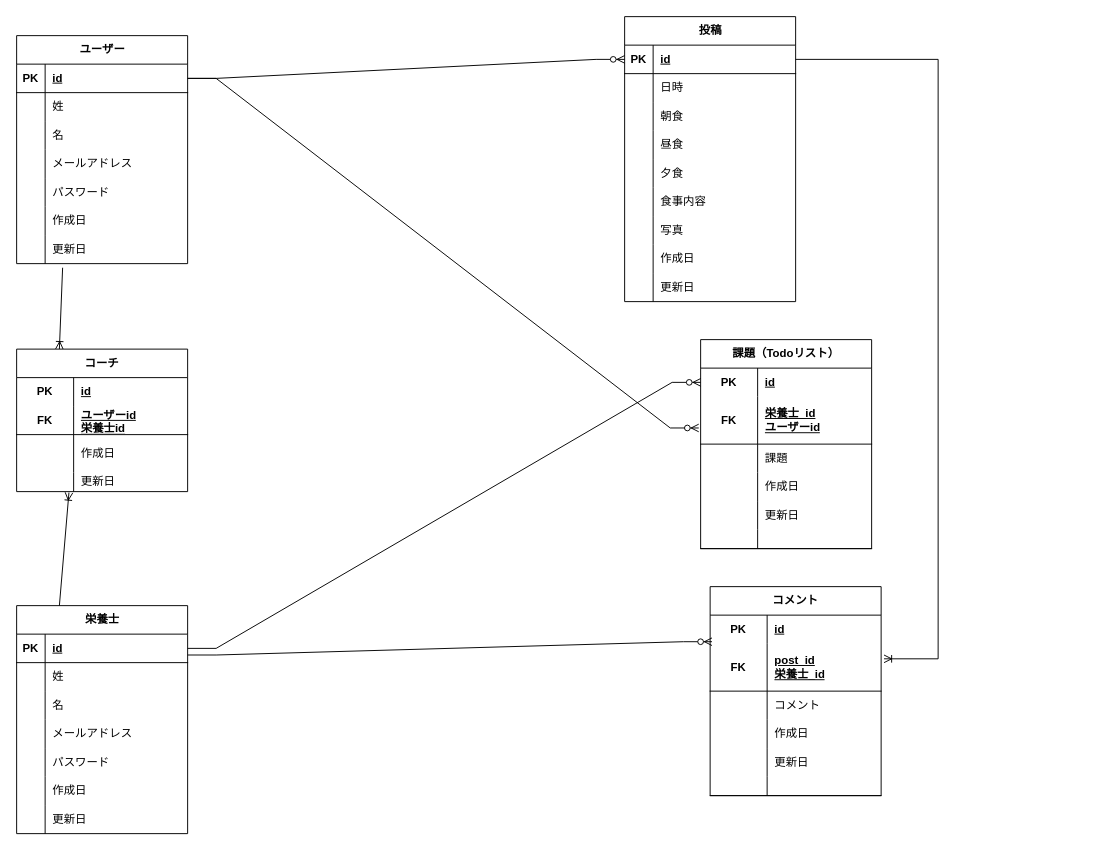
Earlier version of the draw.io diagram page "Page-1" (1 of 6) of 名称未設定ファイル.drawio (vermouthA28/-Meal_guidance_todo). Source tidied: cells renumbered, new cells numbered last; positions are measured from the earlier drawing's top-left corner, leaving out a move shared by most shapes. Both pictures are drawn from the tidied source at 95%, with x=0, y=0 at pixel (16, 16).
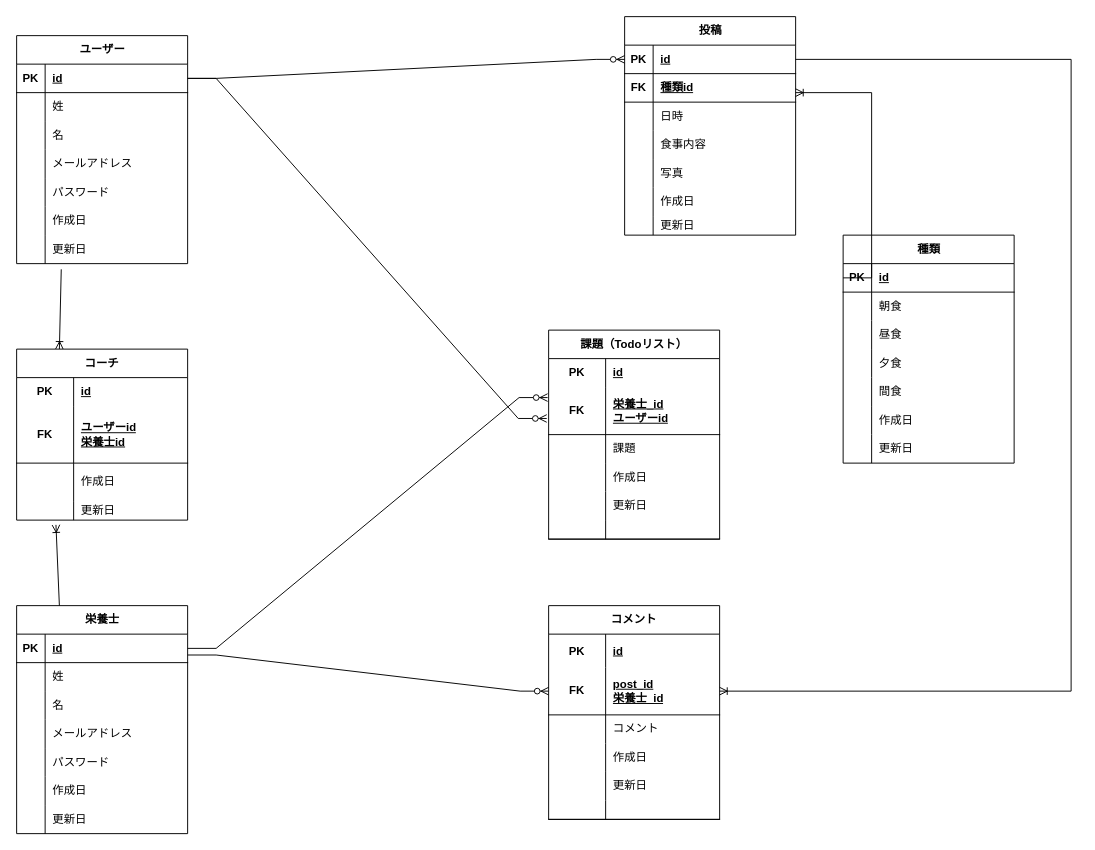
Above is the later version.

Commit message (it also covers changes not shown here):
名称未設定ファイル.drawio を更新します

The change refers to these unchanged cells:
```xml
<mxCell id="22" style="shape=tableRow;horizontal=0;startSize=0;swimlaneHead=0;swimlaneBody=0;fillColor=none;points=[[0,0.5],[1,0.5]];portConstraint=eastwest;top=0;left=0;right=0;bottom=0;" parent="3" vertex="1">
  <mxGeometry y="210" width="180" height="30" as="geometry" />
</mxCell>
<mxCell id="26" style="shape=tableRow;horizontal=0;startSize=0;swimlaneHead=0;swimlaneBody=0;fillColor=none;points=[[0,0.5],[1,0.5]];portConstraint=eastwest;top=0;left=0;right=0;bottom=1;" parent="25" vertex="1">
  <mxGeometry y="30" width="180" height="30" as="geometry" />
</mxCell>
<mxCell id="53" value="栄養士" style="shape=table;startSize=30;childLayout=tableLayout;rowLines=0;fontStyle=1;align=center;html=1;" parent="1" vertex="1">
  <mxGeometry y="620" width="180" height="240" as="geometry" />
</mxCell>
<mxCell id="54" style="shape=tableRow;horizontal=0;startSize=0;swimlaneHead=0;swimlaneBody=0;fillColor=none;points=[[0,0.5],[1,0.5]];portConstraint=eastwest;top=0;left=0;right=0;bottom=1;" parent="53" vertex="1">
  <mxGeometry y="30" width="180" height="30" as="geometry" />
</mxCell>
<mxCell id="82" style="shape=tableRow;horizontal=0;startSize=0;swimlaneHead=0;swimlaneBody=0;fillColor=none;points=[[0,0.5],[1,0.5]];portConstraint=eastwest;top=0;left=0;right=0;bottom=1;html=1;fontFamily=Helvetica;fontSize=12;fontColor=default;" parent="78" vertex="1">
  <mxGeometry y="60" width="180" height="50" as="geometry" />
</mxCell>
```

Diff of the diagram source:
```diff
@@
     <mxCell id="25" value="投稿" style="shape=table;startSize=30;childLayout=tableLayout;rowLines=0;fontStyle=1;align=center;html=1;" parent="1" vertex="1">
-      <mxGeometry x="640" width="180" height="300" as="geometry" />
+      <mxGeometry x="640" width="180" height="230" as="geometry" />
     </mxCell>
@@
+    <mxCell id="132" style="shape=tableRow;horizontal=0;startSize=0;swimlaneHead=0;swimlaneBody=0;fillColor=none;top=0;left=0;right=0;bottom=1;" parent="25" vertex="1">
+      <mxGeometry y="60" width="180" height="30" as="geometry" />
+    </mxCell>
+    <mxCell id="133" value="FK" style="shape=partialRectangle;fillColor=none;top=0;left=0;bottom=0;right=0;fontStyle=1;overflow=hidden;whiteSpace=wrap;html=1;" parent="132" vertex="1">
+      <mxGeometry width="30" height="30" as="geometry" />
+    </mxCell>
+    <mxCell id="134" value="種類id" style="shape=partialRectangle;fillColor=none;top=0;left=0;bottom=0;right=0;align=left;spacingLeft=6;fontStyle=5;overflow=hidden;whiteSpace=wrap;html=1;" parent="132" vertex="1">
+      <mxGeometry x="30" width="150" height="30" as="geometry" />
+    </mxCell>
     <mxCell id="29" style="shape=tableRow;horizontal=0;startSize=0;swimlaneHead=0;swimlaneBody=0;fillColor=none;top=0;left=0;right=0;bottom=0;" parent="25" vertex="1">
-      <mxGeometry y="60" width="180" height="30" as="geometry" />
+      <mxGeometry y="90" width="180" height="30" as="geometry" />
     </mxCell>
@@
-    <mxCell id="32" style="shape=tableRow;horizontal=0;startSize=0;swimlaneHead=0;swimlaneBody=0;fillColor=none;top=0;left=0;right=0;bottom=0;" parent="25" vertex="1">
-      <mxGeometry y="90" width="180" height="30" as="geometry" />
-    </mxCell>
-    <mxCell id="33" style="shape=partialRectangle;fillColor=none;top=0;left=0;bottom=0;right=0;overflow=hidden;whiteSpace=wrap;html=1;" parent="32" vertex="1">
-      <mxGeometry width="30" height="30" as="geometry" />
-    </mxCell>
-    <mxCell id="34" value="朝食" style="shape=partialRectangle;fillColor=none;top=0;left=0;bottom=0;right=0;align=left;spacingLeft=6;overflow=hidden;whiteSpace=wrap;html=1;" parent="32" vertex="1">
-      <mxGeometry x="30" width="150" height="30" as="geometry" />
-    </mxCell>
-    <mxCell id="35" style="shape=tableRow;horizontal=0;startSize=0;swimlaneHead=0;swimlaneBody=0;fillColor=none;top=0;left=0;right=0;bottom=0;" parent="25" vertex="1">
-      <mxGeometry y="120" width="180" height="30" as="geometry" />
-    </mxCell>
-    <mxCell id="36" style="shape=partialRectangle;fillColor=none;top=0;left=0;bottom=0;right=0;overflow=hidden;whiteSpace=wrap;html=1;" parent="35" vertex="1">
-      <mxGeometry width="30" height="30" as="geometry" />
-    </mxCell>
-    <mxCell id="37" value="昼食" style="shape=partialRectangle;fillColor=none;top=0;left=0;bottom=0;right=0;align=left;spacingLeft=6;overflow=hidden;whiteSpace=wrap;html=1;" parent="35" vertex="1">
-      <mxGeometry x="30" width="150" height="30" as="geometry" />
-    </mxCell>
-    <mxCell id="38" style="shape=tableRow;horizontal=0;startSize=0;swimlaneHead=0;swimlaneBody=0;fillColor=none;top=0;left=0;right=0;bottom=0;" parent="25" vertex="1">
-      <mxGeometry y="150" width="180" height="30" as="geometry" />
-    </mxCell>
-    <mxCell id="39" style="shape=partialRectangle;fillColor=none;top=0;left=0;bottom=0;right=0;overflow=hidden;whiteSpace=wrap;html=1;" parent="38" vertex="1">
-      <mxGeometry width="30" height="30" as="geometry" />
-    </mxCell>
-    <mxCell id="40" value="夕食" style="shape=partialRectangle;fillColor=none;top=0;left=0;bottom=0;right=0;align=left;spacingLeft=6;overflow=hidden;whiteSpace=wrap;html=1;" parent="38" vertex="1">
-      <mxGeometry x="30" width="150" height="30" as="geometry" />
-    </mxCell>
     <mxCell id="41" style="shape=tableRow;horizontal=0;startSize=0;swimlaneHead=0;swimlaneBody=0;fillColor=none;top=0;left=0;right=0;bottom=0;" parent="25" vertex="1">
-      <mxGeometry y="180" width="180" height="30" as="geometry" />
+      <mxGeometry y="120" width="180" height="30" as="geometry" />
     </mxCell>
@@
     <mxCell id="44" style="shape=tableRow;horizontal=0;startSize=0;swimlaneHead=0;swimlaneBody=0;fillColor=none;top=0;left=0;right=0;bottom=0;" parent="25" vertex="1">
-      <mxGeometry y="210" width="180" height="30" as="geometry" />
+      <mxGeometry y="150" width="180" height="30" as="geometry" />
     </mxCell>
@@
     <mxCell id="47" style="shape=tableRow;horizontal=0;startSize=0;swimlaneHead=0;swimlaneBody=0;fillColor=none;top=0;left=0;right=0;bottom=0;" parent="25" vertex="1">
-      <mxGeometry y="240" width="180" height="30" as="geometry" />
+      <mxGeometry y="180" width="180" height="30" as="geometry" />
     </mxCell>
@@
     <mxCell id="50" style="shape=tableRow;horizontal=0;startSize=0;swimlaneHead=0;swimlaneBody=0;fillColor=none;top=0;left=0;right=0;bottom=0;" parent="25" vertex="1">
-      <mxGeometry y="270" width="180" height="30" as="geometry" />
+      <mxGeometry y="210" width="180" height="20" as="geometry" />
     </mxCell>
     <mxCell id="51" style="shape=partialRectangle;fillColor=none;top=0;left=0;bottom=0;right=0;overflow=hidden;whiteSpace=wrap;html=1;" parent="50" vertex="1">
-      <mxGeometry width="30" height="30" as="geometry" />
+      <mxGeometry width="30" height="20" as="geometry" />
     </mxCell>
     <mxCell id="52" value="更新日" style="shape=partialRectangle;fillColor=none;top=0;left=0;bottom=0;right=0;align=left;spacingLeft=6;overflow=hidden;whiteSpace=wrap;html=1;" parent="50" vertex="1">
-      <mxGeometry x="30" width="150" height="30" as="geometry" />
+      <mxGeometry x="30" width="150" height="20" as="geometry" />
     </mxCell>
@@
-    <mxCell id="75" style="fontSize=12;html=1;endArrow=ERoneToMany;rounded=0;labelBackgroundColor=default;strokeColor=default;align=center;verticalAlign=middle;fontFamily=Helvetica;fontColor=default;shape=connector;exitX=0.25;exitY=0;exitDx=0;exitDy=0;entryX=0.306;entryY=1.05;entryDx=0;entryDy=0;entryPerimeter=0;" parent="1" edge="1" source="53" target="129">
+    <mxCell id="75" style="fontSize=12;html=1;endArrow=ERoneToMany;rounded=0;labelBackgroundColor=default;strokeColor=default;align=center;verticalAlign=middle;fontFamily=Helvetica;fontColor=default;shape=connector;exitX=0.25;exitY=0;exitDx=0;exitDy=0;entryX=0.23;entryY=1.25;entryDx=0;entryDy=0;entryPerimeter=0;" parent="1" edge="1" source="53" target="129">
       <mxGeometry relative="1" as="geometry" />
     </mxCell>
-    <mxCell id="76" style="edgeStyle=entityRelationEdgeStyle;fontSize=12;html=1;endArrow=ERzeroToMany;endFill=1;rounded=0;exitX=1;exitY=0.5;exitDx=0;exitDy=0;entryX=0;entryY=0.5;entryDx=0;entryDy=0;" parent="1" edge="1" source="54">
+    <mxCell id="76" style="edgeStyle=entityRelationEdgeStyle;fontSize=12;html=1;endArrow=ERzeroToMany;endFill=1;rounded=0;exitX=1;exitY=0.5;exitDx=0;exitDy=0;entryX=-0.006;entryY=0.22;entryDx=0;entryDy=0;entryPerimeter=0;" parent="1" edge="1" source="54" target="82">
       <mxGeometry relative="1" as="geometry">
-        <mxPoint x="720" y="385" as="targetPoint" />
         <Array as="points">
           <mxPoint x="522.9" y="375" />
           <mxPoint x="710" y="370" />
+          <mxPoint x="700" y="410" />
         </Array>
       </mxGeometry>
     </mxCell>
-    <mxCell id="77" style="edgeStyle=entityRelationEdgeStyle;fontSize=12;html=1;endArrow=ERzeroToMany;endFill=1;rounded=0;entryX=0.011;entryY=0.933;entryDx=0;entryDy=0;entryPerimeter=0;exitX=1;exitY=0.733;exitDx=0;exitDy=0;exitPerimeter=0;" parent="1" edge="1" source="54" target="98">
+    <mxCell id="77" style="edgeStyle=entityRelationEdgeStyle;fontSize=12;html=1;endArrow=ERzeroToMany;endFill=1;rounded=0;entryX=0;entryY=0.5;entryDx=0;entryDy=0;exitX=1;exitY=0.733;exitDx=0;exitDy=0;exitPerimeter=0;" parent="1" edge="1" source="54" target="101">
       <mxGeometry relative="1" as="geometry">
         <Array as="points">
           <mxPoint x="534.6" y="772.7" />
           <mxPoint x="720" y="700" />
           <mxPoint x="720" y="690" />
         </Array>
       </mxGeometry>
     </mxCell>
     <mxCell id="78" value="課題（Todoリスト）" style="shape=table;startSize=30;childLayout=tableLayout;rowLines=0;fontStyle=1;align=center;html=1;whiteSpace=wrap;fontFamily=Helvetica;fontSize=12;fontColor=default;" parent="1" vertex="1">
-      <mxGeometry x="720" y="340" width="180" height="220" as="geometry" />
+      <mxGeometry x="560" y="330" width="180" height="220" as="geometry" />
     </mxCell>
@@
     <mxCell id="97" value="コメント" style="shape=table;startSize=30;childLayout=tableLayout;rowLines=0;fontStyle=1;align=center;html=1;whiteSpace=wrap;fontFamily=Helvetica;fontSize=12;fontColor=default;" parent="1" vertex="1">
-      <mxGeometry x="730" y="600" width="180" height="220" as="geometry" />
+      <mxGeometry x="560" y="620" width="180" height="225" as="geometry" />
     </mxCell>
     <mxCell id="98" style="shape=tableRow;horizontal=0;startSize=0;swimlaneHead=0;swimlaneBody=0;fillColor=none;points=[[0,0.5],[1,0.5]];portConstraint=eastwest;top=0;left=0;right=0;bottom=0;html=1;fontFamily=Helvetica;fontSize=12;fontColor=default;" parent="97" vertex="1">
-      <mxGeometry y="30" width="180" height="30" as="geometry" />
+      <mxGeometry y="30" width="180" height="35" as="geometry" />
     </mxCell>
     <mxCell id="99" value="PK" style="shape=partialRectangle;fillColor=none;top=0;left=0;bottom=0;right=0;fontStyle=1;overflow=hidden;html=1;whiteSpace=wrap;fontFamily=Helvetica;fontSize=12;fontColor=default;" parent="98" vertex="1">
-      <mxGeometry width="60" height="30" as="geometry" />
+      <mxGeometry width="60" height="35" as="geometry" />
     </mxCell>
     <mxCell id="100" value="id" style="shape=partialRectangle;fillColor=none;top=0;left=0;bottom=0;right=0;align=left;spacingLeft=6;fontStyle=5;overflow=hidden;html=1;whiteSpace=wrap;fontFamily=Helvetica;fontSize=12;fontColor=default;" parent="98" vertex="1">
-      <mxGeometry x="60" width="120" height="30" as="geometry" />
+      <mxGeometry x="60" width="120" height="35" as="geometry" />
     </mxCell>
     <mxCell id="101" style="shape=tableRow;horizontal=0;startSize=0;swimlaneHead=0;swimlaneBody=0;fillColor=none;points=[[0,0.5],[1,0.5]];portConstraint=eastwest;top=0;left=0;right=0;bottom=1;html=1;fontFamily=Helvetica;fontSize=12;fontColor=default;" parent="97" vertex="1">
-      <mxGeometry y="60" width="180" height="50" as="geometry" />
+      <mxGeometry y="65" width="180" height="50" as="geometry" />
     </mxCell>
@@
     <mxCell id="104" style="shape=tableRow;horizontal=0;startSize=0;swimlaneHead=0;swimlaneBody=0;fillColor=none;top=0;left=0;right=0;bottom=0;html=1;fontFamily=Helvetica;fontSize=12;fontColor=default;" parent="97" vertex="1">
-      <mxGeometry y="110" width="180" height="30" as="geometry" />
+      <mxGeometry y="115" width="180" height="30" as="geometry" />
     </mxCell>
@@
     <mxCell id="107" style="shape=tableRow;horizontal=0;startSize=0;swimlaneHead=0;swimlaneBody=0;fillColor=none;top=0;left=0;right=0;bottom=0;html=1;fontFamily=Helvetica;fontSize=12;fontColor=default;" parent="97" vertex="1">
-      <mxGeometry y="140" width="180" height="30" as="geometry" />
+      <mxGeometry y="145" width="180" height="30" as="geometry" />
     </mxCell>
@@
     <mxCell id="110" style="shape=tableRow;horizontal=0;startSize=0;swimlaneHead=0;swimlaneBody=0;fillColor=none;top=0;left=0;right=0;bottom=0;html=1;fontFamily=Helvetica;fontSize=12;fontColor=default;" parent="97" vertex="1">
-      <mxGeometry y="170" width="180" height="30" as="geometry" />
+      <mxGeometry y="175" width="180" height="30" as="geometry" />
     </mxCell>
@@
     <mxCell id="113" style="shape=tableRow;horizontal=0;startSize=0;swimlaneHead=0;swimlaneBody=0;fillColor=none;top=0;left=0;right=0;bottom=1;html=1;fontFamily=Helvetica;fontSize=12;fontColor=default;" parent="97" vertex="1">
-      <mxGeometry y="200" width="180" height="20" as="geometry" />
+      <mxGeometry y="205" width="180" height="20" as="geometry" />
     </mxCell>
@@
-    <mxCell id="116" style="edgeStyle=elbowEdgeStyle;fontSize=12;html=1;endArrow=ERoneToMany;rounded=0;labelBackgroundColor=default;strokeColor=default;align=center;verticalAlign=middle;fontFamily=Helvetica;fontColor=default;shape=connector;entryX=1.017;entryY=0.32;entryDx=0;entryDy=0;exitX=1;exitY=0.5;exitDx=0;exitDy=0;entryPerimeter=0;" parent="1" edge="1" source="26" target="101">
+    <mxCell id="116" style="edgeStyle=elbowEdgeStyle;fontSize=12;html=1;endArrow=ERoneToMany;rounded=0;labelBackgroundColor=default;strokeColor=default;align=center;verticalAlign=middle;fontFamily=Helvetica;fontColor=default;shape=connector;exitX=1;exitY=0.5;exitDx=0;exitDy=0;entryX=1;entryY=0.5;entryDx=0;entryDy=0;" parent="1" edge="1" source="26" target="101">
       <mxGeometry relative="1" as="geometry">
         <Array as="points">
+          <mxPoint x="1110" y="370" />
           <mxPoint x="970" y="350" />
           <mxPoint x="940" y="670" />
         </Array>
       </mxGeometry>
     </mxCell>
@@
-    <mxCell id="118" style="fontSize=12;html=1;endArrow=ERoneToMany;rounded=0;labelBackgroundColor=default;strokeColor=default;align=center;verticalAlign=middle;fontFamily=Helvetica;fontColor=default;shape=connector;exitX=0.269;exitY=1.144;exitDx=0;exitDy=0;exitPerimeter=0;entryX=0.25;entryY=0;entryDx=0;entryDy=0;" parent="1" edge="1" source="22" target="119">
+    <mxCell id="118" style="fontSize=12;html=1;endArrow=ERoneToMany;rounded=0;labelBackgroundColor=default;strokeColor=default;align=center;verticalAlign=middle;fontFamily=Helvetica;fontColor=default;shape=connector;exitX=0.261;exitY=1.2;exitDx=0;exitDy=0;exitPerimeter=0;entryX=0.25;entryY=0;entryDx=0;entryDy=0;" parent="1" edge="1" source="22" target="119">
       <mxGeometry relative="1" as="geometry" />
     </mxCell>
     <mxCell id="119" value="コーチ" style="shape=table;startSize=30;childLayout=tableLayout;rowLines=0;fontStyle=1;align=center;html=1;whiteSpace=wrap;fontFamily=Helvetica;fontSize=12;fontColor=default;" parent="1" vertex="1">
-      <mxGeometry y="350" width="180" height="150" as="geometry" />
+      <mxGeometry y="350" width="180" height="180" as="geometry" />
     </mxCell>
@@
     <mxCell id="123" style="shape=tableRow;horizontal=0;startSize=0;swimlaneHead=0;swimlaneBody=0;fillColor=none;top=0;left=0;right=0;bottom=1;html=1;fontFamily=Helvetica;fontSize=12;fontColor=default;" parent="119" vertex="1">
-      <mxGeometry y="60" width="180" height="30" as="geometry" />
+      <mxGeometry y="60" width="180" height="60" as="geometry" />
     </mxCell>
     <mxCell id="124" value="FK" style="shape=partialRectangle;fillColor=none;top=0;left=0;bottom=0;right=0;fontStyle=1;overflow=hidden;html=1;whiteSpace=wrap;fontFamily=Helvetica;fontSize=12;fontColor=default;" parent="123" vertex="1">
-      <mxGeometry width="60" height="30" as="geometry" />
+      <mxGeometry width="60" height="60" as="geometry" />
     </mxCell>
     <mxCell id="125" value="ユーザーid&lt;br&gt;栄養士id" style="shape=partialRectangle;fillColor=none;top=0;left=0;bottom=0;right=0;align=left;spacingLeft=6;fontStyle=5;overflow=hidden;html=1;whiteSpace=wrap;fontFamily=Helvetica;fontSize=12;fontColor=default;" parent="123" vertex="1">
-      <mxGeometry x="60" width="120" height="30" as="geometry" />
+      <mxGeometry x="60" width="120" height="60" as="geometry" />
     </mxCell>
     <mxCell id="126" style="shape=tableRow;horizontal=0;startSize=0;swimlaneHead=0;swimlaneBody=0;fillColor=none;top=0;left=0;right=0;bottom=0;html=1;fontFamily=Helvetica;fontSize=12;fontColor=default;" parent="119" vertex="1">
-      <mxGeometry y="90" width="180" height="40" as="geometry" />
+      <mxGeometry y="120" width="180" height="40" as="geometry" />
     </mxCell>
@@
     <mxCell id="129" style="shape=tableRow;horizontal=0;startSize=0;swimlaneHead=0;swimlaneBody=0;fillColor=none;points=[[0,0.5],[1,0.5]];portConstraint=eastwest;top=0;left=0;right=0;bottom=0;html=1;fontFamily=Helvetica;fontSize=12;fontColor=default;" parent="119" vertex="1">
-      <mxGeometry y="130" width="180" height="20" as="geometry" />
+      <mxGeometry y="160" width="180" height="20" as="geometry" />
     </mxCell>
@@
+    <mxCell id="135" value="種類" style="shape=table;startSize=30;childLayout=tableLayout;rowLines=0;fontStyle=1;align=center;html=1;" parent="1" vertex="1">
+      <mxGeometry x="870" y="230" width="180" height="240" as="geometry" />
+    </mxCell>
+    <mxCell id="136" style="shape=tableRow;horizontal=0;startSize=0;swimlaneHead=0;swimlaneBody=0;fillColor=none;points=[[0,0.5],[1,0.5]];portConstraint=eastwest;top=0;left=0;right=0;bottom=1;" parent="135" vertex="1">
+      <mxGeometry y="30" width="180" height="30" as="geometry" />
+    </mxCell>
+    <mxCell id="137" value="PK" style="shape=partialRectangle;fillColor=none;top=0;left=0;bottom=0;right=0;fontStyle=1;overflow=hidden;whiteSpace=wrap;html=1;" parent="136" vertex="1">
+      <mxGeometry width="30" height="30" as="geometry" />
+    </mxCell>
+    <mxCell id="138" value="id" style="shape=partialRectangle;fillColor=none;top=0;left=0;bottom=0;right=0;align=left;spacingLeft=6;fontStyle=5;overflow=hidden;whiteSpace=wrap;html=1;" parent="136" vertex="1">
+      <mxGeometry x="30" width="150" height="30" as="geometry" />
+    </mxCell>
+    <mxCell id="139" style="shape=tableRow;horizontal=0;startSize=0;swimlaneHead=0;swimlaneBody=0;fillColor=none;top=0;left=0;right=0;bottom=0;" parent="135" vertex="1">
+      <mxGeometry y="60" width="180" height="30" as="geometry" />
+    </mxCell>
+    <mxCell id="140" style="shape=partialRectangle;fillColor=none;top=0;left=0;bottom=0;right=0;overflow=hidden;whiteSpace=wrap;html=1;" parent="139" vertex="1">
+      <mxGeometry width="30" height="30" as="geometry" />
+    </mxCell>
+    <mxCell id="34" value="朝食" style="shape=partialRectangle;fillColor=none;top=0;left=0;bottom=0;right=0;align=left;spacingLeft=6;overflow=hidden;whiteSpace=wrap;html=1;" parent="139" vertex="1">
+      <mxGeometry x="30" width="150" height="30" as="geometry" />
+    </mxCell>
+    <mxCell id="32" style="shape=tableRow;horizontal=0;startSize=0;swimlaneHead=0;swimlaneBody=0;fillColor=none;top=0;left=0;right=0;bottom=0;" parent="135" vertex="1">
+      <mxGeometry y="90" width="180" height="30" as="geometry" />
+    </mxCell>
+    <mxCell id="141" style="shape=partialRectangle;fillColor=none;top=0;left=0;bottom=0;right=0;overflow=hidden;whiteSpace=wrap;html=1;" parent="32" vertex="1">
+      <mxGeometry width="30" height="30" as="geometry" />
+    </mxCell>
+    <mxCell id="37" value="昼食" style="shape=partialRectangle;fillColor=none;top=0;left=0;bottom=0;right=0;align=left;spacingLeft=6;overflow=hidden;whiteSpace=wrap;html=1;" parent="32" vertex="1">
+      <mxGeometry x="30" width="150" height="30" as="geometry" />
+    </mxCell>
+    <mxCell id="35" style="shape=tableRow;horizontal=0;startSize=0;swimlaneHead=0;swimlaneBody=0;fillColor=none;top=0;left=0;right=0;bottom=0;" parent="135" vertex="1">
+      <mxGeometry y="120" width="180" height="30" as="geometry" />
+    </mxCell>
+    <mxCell id="142" style="shape=partialRectangle;fillColor=none;top=0;left=0;bottom=0;right=0;overflow=hidden;whiteSpace=wrap;html=1;" parent="35" vertex="1">
+      <mxGeometry width="30" height="30" as="geometry" />
+    </mxCell>
+    <mxCell id="40" value="夕食" style="shape=partialRectangle;fillColor=none;top=0;left=0;bottom=0;right=0;align=left;spacingLeft=6;overflow=hidden;whiteSpace=wrap;html=1;" parent="35" vertex="1">
+      <mxGeometry x="30" width="150" height="30" as="geometry" />
+    </mxCell>
+    <mxCell id="38" style="shape=tableRow;horizontal=0;startSize=0;swimlaneHead=0;swimlaneBody=0;fillColor=none;top=0;left=0;right=0;bottom=0;" parent="135" vertex="1">
+      <mxGeometry y="150" width="180" height="30" as="geometry" />
+    </mxCell>
+    <mxCell id="143" style="shape=partialRectangle;fillColor=none;top=0;left=0;bottom=0;right=0;overflow=hidden;whiteSpace=wrap;html=1;" parent="38" vertex="1">
+      <mxGeometry width="30" height="30" as="geometry" />
+    </mxCell>
+    <mxCell id="144" value="間食" style="shape=partialRectangle;fillColor=none;top=0;left=0;bottom=0;right=0;align=left;spacingLeft=6;overflow=hidden;whiteSpace=wrap;html=1;" parent="38" vertex="1">
+      <mxGeometry x="30" width="150" height="30" as="geometry" />
+    </mxCell>
+    <mxCell id="145" style="shape=tableRow;horizontal=0;startSize=0;swimlaneHead=0;swimlaneBody=0;fillColor=none;top=0;left=0;right=0;bottom=0;" parent="135" vertex="1">
+      <mxGeometry y="180" width="180" height="30" as="geometry" />
+    </mxCell>
+    <mxCell id="146" style="shape=partialRectangle;fillColor=none;top=0;left=0;bottom=0;right=0;overflow=hidden;whiteSpace=wrap;html=1;" parent="145" vertex="1">
+      <mxGeometry width="30" height="30" as="geometry" />
+    </mxCell>
+    <mxCell id="147" value="作成日" style="shape=partialRectangle;fillColor=none;top=0;left=0;bottom=0;right=0;align=left;spacingLeft=6;overflow=hidden;whiteSpace=wrap;html=1;" parent="145" vertex="1">
+      <mxGeometry x="30" width="150" height="30" as="geometry" />
+    </mxCell>
+    <mxCell id="148" style="shape=tableRow;horizontal=0;startSize=0;swimlaneHead=0;swimlaneBody=0;fillColor=none;top=0;left=0;right=0;bottom=0;" parent="135" vertex="1">
+      <mxGeometry y="210" width="180" height="30" as="geometry" />
+    </mxCell>
+    <mxCell id="149" style="shape=partialRectangle;fillColor=none;top=0;left=0;bottom=0;right=0;overflow=hidden;whiteSpace=wrap;html=1;" parent="148" vertex="1">
+      <mxGeometry width="30" height="30" as="geometry" />
+    </mxCell>
+    <mxCell id="150" value="更新日" style="shape=partialRectangle;fillColor=none;top=0;left=0;bottom=0;right=0;align=left;spacingLeft=6;overflow=hidden;whiteSpace=wrap;html=1;" parent="148" vertex="1">
+      <mxGeometry x="30" width="150" height="30" as="geometry" />
+    </mxCell>
+    <mxCell id="151" style="edgeStyle=elbowEdgeStyle;fontSize=12;html=1;endArrow=ERoneToMany;rounded=0;labelBackgroundColor=default;strokeColor=default;align=center;verticalAlign=middle;fontFamily=Helvetica;fontColor=default;shape=connector;exitX=0;exitY=0.5;exitDx=0;exitDy=0;" parent="1" edge="1" source="136">
+      <mxGeometry relative="1" as="geometry">
+        <mxPoint x="820" y="80" as="targetPoint" />
+        <Array as="points">
+          <mxPoint x="900" y="130" />
+          <mxPoint x="850" y="130" />
+        </Array>
+      </mxGeometry>
+    </mxCell>
```
